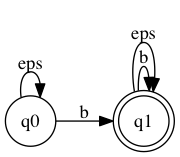
Earlier version of the Graphviz export complement.dot.png (sdierauf/automata-and-languages-lab2). Its source is kept beside it as complement.dot.
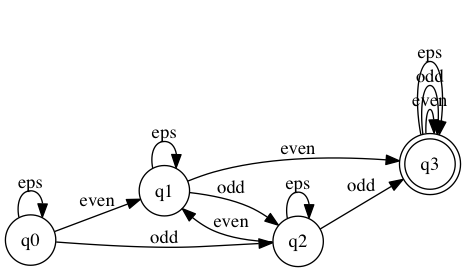
After the commit.

The edit, as a diff of the source:
```diff
@@ -1,9 +1,17 @@
 digraph finite_state_machine {
 	rankdir=LR;
-	node [shape = doublecircle]; q1
+	node [shape = doublecircle]; q3
 	 node [shape = circle];
 	q0 -> q0 [ label = "eps"];
-	q0 -> q1 [ label = "b"];
-	q1 -> q1 [ label = "b"];
+	q0 -> q1 [ label = "even"];
 	q1 -> q1 [ label = "eps"];
+	q1 -> q3 [ label = "even"];
+	q3 -> q3 [ label = "even"];
+	q3 -> q3 [ label = "odd"];
+	q3 -> q3 [ label = "eps"];
+	q1 -> q2 [ label = "odd"];
+	q0 -> q2 [ label = "odd"];
+	q2 -> q3 [ label = "odd"];
+	q2 -> q2 [ label = "eps"];
+	q2 -> q1 [ label = "even"];
 }
```
